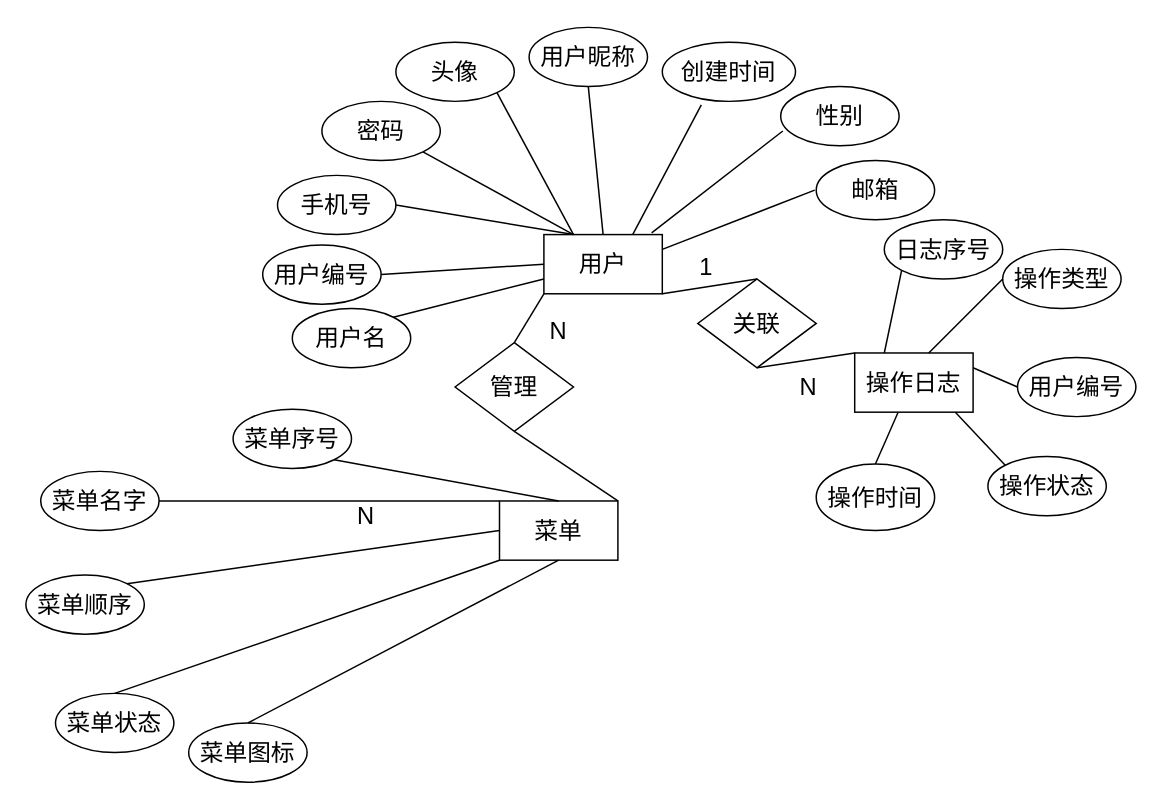
Earlier version of the draw.io diagram 其他ER.drawio (zhangruyi3906/img). Source tidied: cells renumbered, new cells numbered last; positions are measured from the earlier drawing's top-left corner, leaving out a move shared by most shapes. Both pictures are drawn from the tidied source at 148%, with x=0, y=0 at pixel (25, 27).
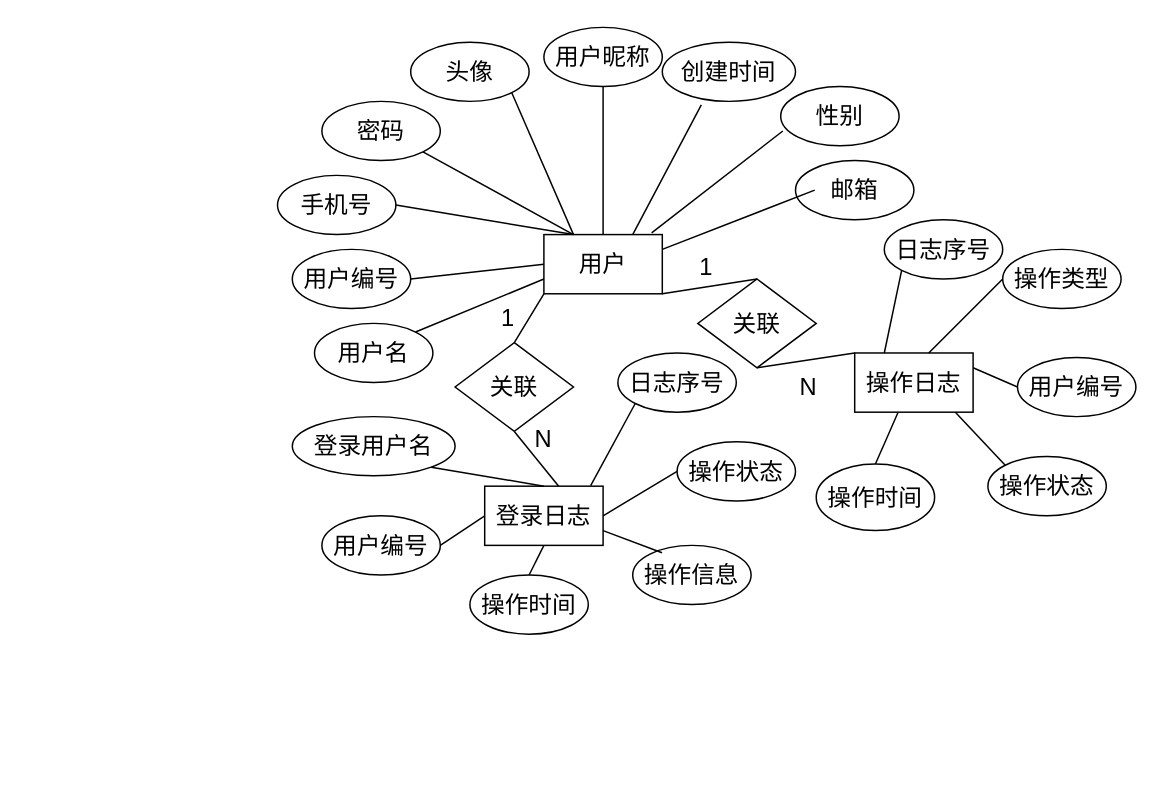
The same page after the edit.

Diff of the diagram source:
```diff
@@
-    <mxCell id="3" value="&lt;font style=&quot;font-size: 16px;&quot;&gt;菜单&lt;/font&gt;" style="rounded=0;whiteSpace=wrap;html=1;" parent="1" vertex="1">
-      <mxGeometry x="320" y="320" width="80" height="40" as="geometry" />
+    <mxCell id="3" value="&lt;font style=&quot;font-size: 16px;&quot;&gt;登录日志&lt;/font&gt;" style="rounded=0;whiteSpace=wrap;html=1;" parent="1" vertex="1">
+      <mxGeometry x="310" y="310" width="80" height="40" as="geometry" />
     </mxCell>
@@
     <mxCell id="5" value="&lt;p class=&quot;MsoNormal&quot;&gt;&lt;font face=&quot;Helvetica&quot; style=&quot;font-size: 16px;&quot;&gt;用户编号&lt;/font&gt;&lt;/p&gt;" style="ellipse;whiteSpace=wrap;html=1;" parent="1" vertex="1">
-      <mxGeometry x="160" y="147" width="80" height="40" as="geometry" />
+      <mxGeometry x="180" y="150" width="80" height="40" as="geometry" />
     </mxCell>
     <mxCell id="6" value="&lt;p class=&quot;MsoNormal&quot;&gt;&lt;font face=&quot;Helvetica&quot; style=&quot;font-size: 16px;&quot;&gt;用户昵称&lt;/font&gt;&lt;/p&gt;" style="ellipse;whiteSpace=wrap;html=1;" parent="1" vertex="1">
-      <mxGeometry x="340" width="80" height="40" as="geometry" />
+      <mxGeometry x="350" width="80" height="40" as="geometry" />
     </mxCell>
     <mxCell id="7" value="&lt;p class=&quot;MsoNormal&quot;&gt;&lt;font face=&quot;Helvetica&quot; style=&quot;font-size: 16px;&quot;&gt;用户名&lt;/font&gt;&lt;/p&gt;" style="ellipse;whiteSpace=wrap;html=1;" parent="1" vertex="1">
-      <mxGeometry x="180" y="190" width="80" height="40" as="geometry" />
+      <mxGeometry x="195" y="200" width="80" height="40" as="geometry" />
     </mxCell>
     <mxCell id="8" value="&lt;p class=&quot;MsoNormal&quot;&gt;&lt;font face=&quot;Helvetica&quot; style=&quot;font-size: 16px;&quot;&gt;邮箱&lt;/font&gt;&lt;/p&gt;" style="ellipse;whiteSpace=wrap;html=1;" parent="1" vertex="1">
-      <mxGeometry x="534" y="90" width="80" height="40" as="geometry" />
+      <mxGeometry x="520" y="90" width="80" height="40" as="geometry" />
     </mxCell>
@@
     <mxCell id="12" value="&lt;p class=&quot;MsoNormal&quot;&gt;&lt;font style=&quot;font-size: 16px;&quot;&gt;头像&lt;/font&gt;&lt;/p&gt;" style="ellipse;whiteSpace=wrap;html=1;" parent="1" vertex="1">
-      <mxGeometry x="250" y="10" width="80" height="40" as="geometry" />
+      <mxGeometry x="260" y="10" width="80" height="40" as="geometry" />
     </mxCell>
@@
-    <mxCell id="23" value="&lt;font style=&quot;font-size: 16px;&quot;&gt;管理&lt;/font&gt;" style="rhombus;whiteSpace=wrap;html=1;" parent="1" vertex="1">
+    <mxCell id="23" value="&lt;span style=&quot;font-size: 16px;&quot;&gt;关联&lt;/span&gt;" style="rhombus;whiteSpace=wrap;html=1;" parent="1" vertex="1">
       <mxGeometry x="290" y="213" width="80" height="60" as="geometry" />
     </mxCell>
@@
-    <mxCell id="27" style="endArrow=none;html=1;rounded=0;entryX=0.5;entryY=1;entryDx=0;entryDy=0;exitX=1;exitY=0;exitDx=0;exitDy=0;" parent="1" edge="1" source="3" target="23">
+    <mxCell id="27" style="endArrow=none;html=1;rounded=0;entryX=0.5;entryY=1;entryDx=0;entryDy=0;exitX=0.625;exitY=0;exitDx=0;exitDy=0;exitPerimeter=0;" parent="1" edge="1" source="3" target="23">
       <mxGeometry relative="1" as="geometry" />
     </mxCell>
@@
-    <mxCell id="34" value="&lt;p class=&quot;MsoNormal&quot;&gt;&lt;font face=&quot;Helvetica&quot; style=&quot;font-size: 16px;&quot;&gt;菜单图标&lt;/font&gt;&lt;/p&gt;" style="ellipse;whiteSpace=wrap;html=1;" parent="1" vertex="1">
-      <mxGeometry x="110" y="470" width="80" height="40" as="geometry" />
+    <mxCell id="34" value="&lt;p class=&quot;MsoNormal&quot;&gt;&lt;span style=&quot;font-size: 16px;&quot;&gt;操作状态&lt;/span&gt;&lt;/p&gt;" style="ellipse;whiteSpace=wrap;html=1;" parent="1" vertex="1">
+      <mxGeometry x="440" y="280" width="80" height="40" as="geometry" />
     </mxCell>
-    <mxCell id="35" value="&lt;p class=&quot;MsoNormal&quot;&gt;&lt;font style=&quot;font-size: 16px;&quot;&gt;菜单状态&lt;/font&gt;&lt;/p&gt;" style="ellipse;whiteSpace=wrap;html=1;" parent="1" vertex="1">
-      <mxGeometry x="20" y="450" width="80" height="40" as="geometry" />
+    <mxCell id="35" value="&lt;p class=&quot;MsoNormal&quot;&gt;&lt;span style=&quot;font-size: 16px;&quot;&gt;操作信息&lt;/span&gt;&lt;/p&gt;" style="ellipse;whiteSpace=wrap;html=1;" parent="1" vertex="1">
+      <mxGeometry x="410" y="350" width="80" height="40" as="geometry" />
     </mxCell>
-    <mxCell id="36" value="&lt;p class=&quot;MsoNormal&quot;&gt;&lt;font style=&quot;font-size: 16px;&quot;&gt;菜单顺序&lt;/font&gt;&lt;/p&gt;" style="ellipse;whiteSpace=wrap;html=1;" parent="1" vertex="1">
-      <mxGeometry y="370" width="80" height="40" as="geometry" />
+    <mxCell id="36" value="&lt;div&gt;&lt;font face=&quot;Helvetica&quot; style=&quot;font-size: 16px;&quot;&gt;操作时间&lt;/font&gt;&lt;/div&gt;" style="ellipse;whiteSpace=wrap;html=1;" parent="1" vertex="1">
+      <mxGeometry x="300" y="370" width="80" height="40" as="geometry" />
     </mxCell>
-    <mxCell id="37" value="&lt;p class=&quot;MsoNormal&quot;&gt;&lt;font face=&quot;Helvetica&quot; style=&quot;font-size: 16px;&quot;&gt;菜单名字&lt;/font&gt;&lt;/p&gt;" style="ellipse;whiteSpace=wrap;html=1;" parent="1" vertex="1">
-      <mxGeometry x="10" y="300" width="80" height="40" as="geometry" />
+    <mxCell id="37" value="&lt;p class=&quot;MsoNormal&quot;&gt;&lt;span style=&quot;font-size: 16px;&quot;&gt;用户编号&lt;/span&gt;&lt;/p&gt;" style="ellipse;whiteSpace=wrap;html=1;" parent="1" vertex="1">
+      <mxGeometry x="200" y="330" width="80" height="40" as="geometry" />
     </mxCell>
-    <mxCell id="38" value="&lt;p class=&quot;MsoNormal&quot;&gt;&lt;font face=&quot;Helvetica&quot; style=&quot;font-size: 16px;&quot;&gt;菜单序号&lt;/font&gt;&lt;/p&gt;" style="ellipse;whiteSpace=wrap;html=1;" parent="1" vertex="1">
-      <mxGeometry x="140" y="258" width="80" height="40" as="geometry" />
+    <mxCell id="38" value="&lt;p class=&quot;MsoNormal&quot;&gt;&lt;span style=&quot;font-size: 16px;&quot;&gt;登录用户名&lt;/span&gt;&lt;/p&gt;" style="ellipse;whiteSpace=wrap;html=1;" parent="1" vertex="1">
+      <mxGeometry x="180" y="263" width="110" height="40" as="geometry" />
     </mxCell>
@@
-    <mxCell id="45" style="endArrow=none;html=1;rounded=0;entryX=1;entryY=0.5;entryDx=0;entryDy=0;exitX=0;exitY=0;exitDx=0;exitDy=0;" parent="1" edge="1" source="3" target="37">
+    <mxCell id="45" style="endArrow=none;html=1;rounded=0;entryX=1;entryY=0.5;entryDx=0;entryDy=0;exitX=0;exitY=0.5;exitDx=0;exitDy=0;" parent="1" edge="1" source="3" target="37">
       <mxGeometry relative="1" as="geometry" />
     </mxCell>
-    <mxCell id="46" style="endArrow=none;html=1;rounded=0;entryX=1;entryY=0;entryDx=0;entryDy=0;exitX=0;exitY=0.5;exitDx=0;exitDy=0;" parent="1" edge="1" source="3" target="36">
+    <mxCell id="46" style="endArrow=none;html=1;rounded=0;entryX=0.5;entryY=0;entryDx=0;entryDy=0;exitX=0.5;exitY=1;exitDx=0;exitDy=0;" parent="1" edge="1" source="3" target="36">
       <mxGeometry relative="1" as="geometry" />
     </mxCell>
-    <mxCell id="47" style="endArrow=none;html=1;rounded=0;entryX=0.5;entryY=0;entryDx=0;entryDy=0;exitX=0;exitY=1;exitDx=0;exitDy=0;" parent="1" edge="1" source="3" target="35">
+    <mxCell id="47" style="endArrow=none;html=1;rounded=0;entryX=0.248;entryY=0.125;entryDx=0;entryDy=0;exitX=1;exitY=0.75;exitDx=0;exitDy=0;entryPerimeter=0;" parent="1" edge="1" source="3" target="35">
       <mxGeometry relative="1" as="geometry" />
     </mxCell>
-    <mxCell id="48" style="endArrow=none;html=1;rounded=0;entryX=0.5;entryY=0;entryDx=0;entryDy=0;exitX=0.5;exitY=1;exitDx=0;exitDy=0;" parent="1" edge="1" source="3" target="34">
+    <mxCell id="48" style="endArrow=none;html=1;rounded=0;exitX=1;exitY=0.5;exitDx=0;exitDy=0;entryX=0;entryY=0.5;entryDx=0;entryDy=0;" parent="1" edge="1" source="3" target="34">
       <mxGeometry relative="1" as="geometry" />
     </mxCell>
@@
-    <mxCell id="51" value="&lt;span style=&quot;font-size: 16px;&quot;&gt;N&lt;/span&gt;" style="text;html=1;align=center;verticalAlign=middle;whiteSpace=wrap;rounded=0;" parent="1" vertex="1">
-      <mxGeometry x="330" y="190" width="60" height="30" as="geometry" />
+    <mxCell id="51" value="&lt;span style=&quot;font-size: 16px;&quot;&gt;1&lt;/span&gt;" style="text;html=1;align=center;verticalAlign=middle;whiteSpace=wrap;rounded=0;" parent="1" vertex="1">
+      <mxGeometry x="296" y="181" width="60" height="30" as="geometry" />
     </mxCell>
     <mxCell id="52" value="&lt;span style=&quot;font-size: 16px;&quot;&gt;N&lt;/span&gt;" style="text;html=1;align=center;verticalAlign=middle;whiteSpace=wrap;rounded=0;" parent="1" vertex="1">
-      <mxGeometry x="200" y="315" width="60" height="30" as="geometry" />
+      <mxGeometry x="320" y="263" width="60" height="30" as="geometry" />
     </mxCell>
+    <mxCell id="53" value="&lt;p class=&quot;MsoNormal&quot;&gt;&lt;font face=&quot;Helvetica&quot; style=&quot;font-size: 16px;&quot;&gt;日志序号&lt;/font&gt;&lt;/p&gt;" style="ellipse;whiteSpace=wrap;html=1;" parent="1" vertex="1">
+      <mxGeometry x="400" y="220" width="80" height="40" as="geometry" />
+    </mxCell>
+    <mxCell id="54" style="endArrow=none;html=1;rounded=0;entryX=0.895;entryY=-0.01;entryDx=0;entryDy=0;exitX=0;exitY=1;exitDx=0;exitDy=0;entryPerimeter=0;" parent="1" edge="1" source="53" target="3">
+      <mxGeometry relative="1" as="geometry" />
+    </mxCell>
```
